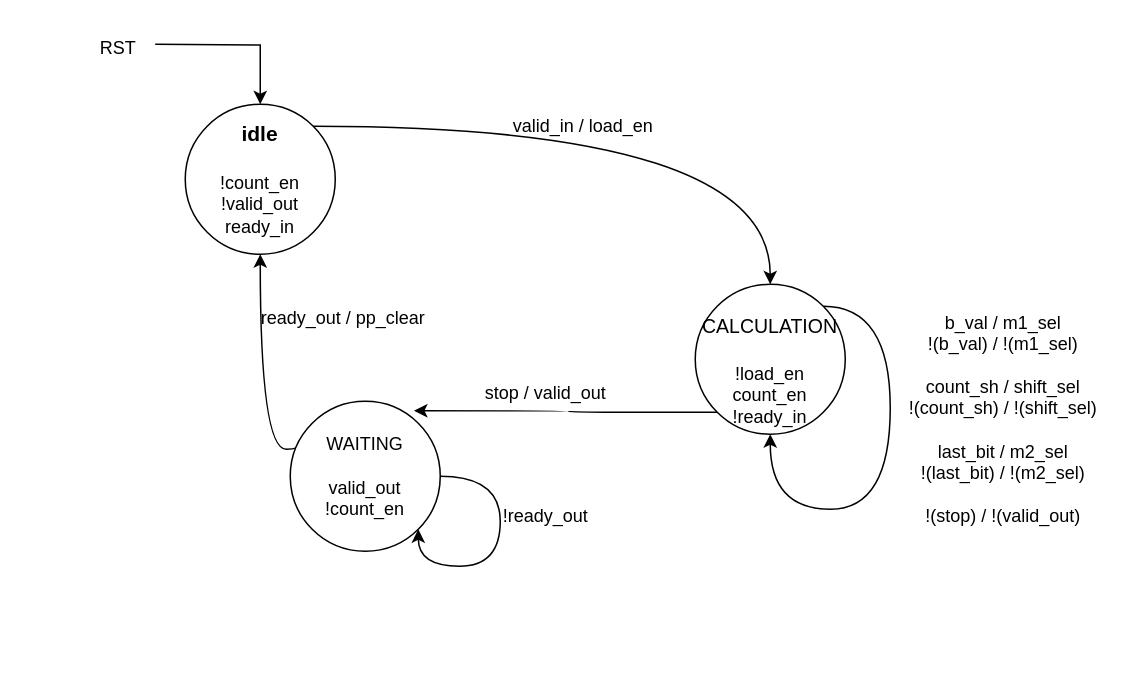
medsuet/Xcelerium-IC-Design-Training keeps this draw.io diagram as page "controller" (3 of 3) of Moazzam/doc/Seq_multiplier_val_rd.drawio. Above is the earlier version. Source tidied: cells renumbered, new cells numbered last; positions are measured from the earlier drawing's top-left corner, leaving out a move shared by most shapes. Both pictures are drawn from the tidied source at 150%, with x=0, y=0 at pixel (80, 26).
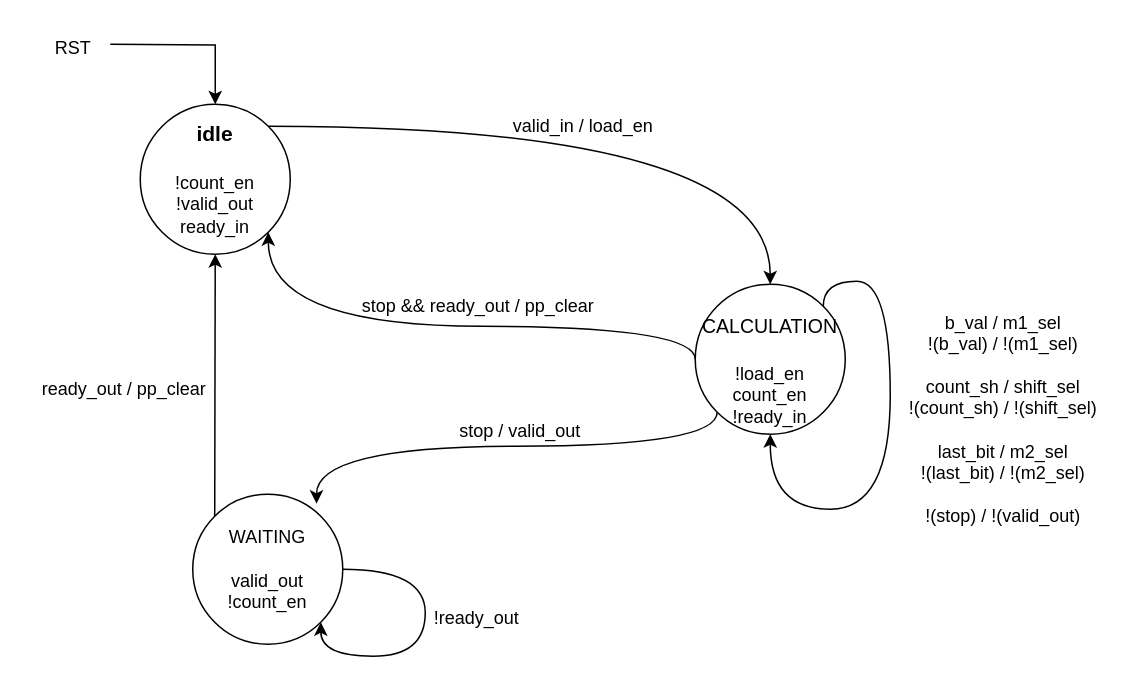
The same diagram, later.

Unchanged cells that the change refers to:
```xml
<mxCell id="6" value="&lt;div&gt;&lt;font style=&quot;font-size: 13px;&quot;&gt;&lt;br&gt;&lt;/font&gt;&lt;/div&gt;&lt;font style=&quot;font-size: 13px;&quot;&gt;CALCULATION&lt;/font&gt;&lt;br&gt;&lt;div&gt;&lt;font style=&quot;font-size: 14px;&quot;&gt;&lt;b&gt;&lt;br&gt;&lt;/b&gt;&lt;/font&gt;&lt;/div&gt;&lt;div style=&quot;&quot;&gt;&lt;font style=&quot;font-size: 12px;&quot;&gt;!load_en&lt;/font&gt;&lt;/div&gt;&lt;div style=&quot;&quot;&gt;&lt;font style=&quot;font-size: 12px;&quot;&gt;count_en&lt;br&gt;!ready_in&lt;/font&gt;&lt;/div&gt;" style="ellipse;whiteSpace=wrap;html=1;" parent="1" vertex="1">
  <mxGeometry x="410" y="172" width="100" height="100" as="geometry" />
</mxCell>
```

Change to the diagram source:
```diff
@@
     <mxCell id="3" style="edgeStyle=orthogonalEdgeStyle;rounded=0;jettySize=auto;html=1;exitX=0.5;exitY=0;exitDx=0;exitDy=0;entryX=0.5;entryY=0;entryDx=0;entryDy=0;" parent="1" edge="1" target="4">
       <mxGeometry relative="1" as="geometry">
-        <mxPoint x="50" y="12" as="sourcePoint" />
+        <mxPoint x="20" y="12" as="sourcePoint" />
       </mxGeometry>
     </mxCell>
     <mxCell id="4" value="&lt;span style=&quot;font-size: 14px;&quot;&gt;&lt;b&gt;idle&lt;/b&gt;&lt;/span&gt;&lt;br&gt;&lt;div&gt;&lt;font style=&quot;font-size: 14px;&quot;&gt;&lt;b&gt;&lt;br&gt;&lt;/b&gt;&lt;/font&gt;&lt;/div&gt;&lt;div style=&quot;&quot;&gt;&lt;font style=&quot;font-size: 12px;&quot;&gt;!count_en&lt;/font&gt;&lt;/div&gt;&lt;div style=&quot;&quot;&gt;&lt;font style=&quot;font-size: 12px;&quot;&gt;!valid_out&lt;/font&gt;&lt;/div&gt;&lt;div style=&quot;&quot;&gt;&lt;font style=&quot;font-size: 12px;&quot;&gt;ready_in&lt;/font&gt;&lt;/div&gt;" style="ellipse;whiteSpace=wrap;html=1;" parent="1" vertex="1">
-      <mxGeometry x="70" y="52" width="100" height="100" as="geometry" />
+      <mxGeometry x="40" y="52" width="100" height="100" as="geometry" />
     </mxCell>
     <mxCell id="5" style="edgeStyle=orthogonalEdgeStyle;rounded=0;jettySize=auto;html=1;exitX=0;exitY=1;exitDx=0;exitDy=0;entryX=0.825;entryY=0.063;entryDx=0;entryDy=0;curved=1;entryPerimeter=0;" parent="1" edge="1" source="6" target="13">
-      <mxGeometry relative="1" as="geometry" />
+      <mxGeometry relative="1" as="geometry">
+        <Array as="points">
+          <mxPoint x="425" y="280" />
+          <mxPoint x="158" y="280" />
+        </Array>
+      </mxGeometry>
     </mxCell>
+    <mxCell id="17" style="edgeStyle=orthogonalEdgeStyle;rounded=0;jettySize=auto;html=1;exitX=0;exitY=0.5;exitDx=0;exitDy=0;entryX=1;entryY=1;entryDx=0;entryDy=0;curved=1;" parent="1" edge="1" source="6" target="4">
+      <mxGeometry relative="1" as="geometry">
+        <Array as="points">
+          <mxPoint x="410" y="200" />
+          <mxPoint x="125" y="200" />
+        </Array>
+      </mxGeometry>
+    </mxCell>
@@
     <mxCell id="7" value="RST" style="text;html=1;align=center;verticalAlign=middle;strokeColor=none;fillColor=none;" parent="1" vertex="1">
-      <mxGeometry width="50" height="30" as="geometry" />
+      <mxGeometry x="-30" width="50" height="30" as="geometry" />
     </mxCell>
@@
     <mxCell id="9" style="edgeStyle=orthogonalEdgeStyle;rounded=0;orthogonalLoop=1;jettySize=auto;html=1;exitX=1;exitY=0;exitDx=0;exitDy=0;entryX=0.5;entryY=1;entryDx=0;entryDy=0;curved=1;" parent="1" edge="1" source="6" target="6">
       <mxGeometry relative="1" as="geometry">
         <Array as="points">
-          <mxPoint x="540" y="187" />
+          <mxPoint x="495" y="170" />
+          <mxPoint x="540" y="170" />
           <mxPoint x="540" y="322" />
           <mxPoint x="460" y="322" />
         </Array>
       </mxGeometry>
     </mxCell>
@@
     <mxCell id="11" value="stop / valid_out" style="text;html=1;align=center;verticalAlign=middle;strokeColor=none;fillColor=none;" parent="1" vertex="1">
-      <mxGeometry x="260" y="230" width="100" height="30" as="geometry" />
+      <mxGeometry x="243" y="255" width="100" height="30" as="geometry" />
     </mxCell>
     <mxCell id="12" style="edgeStyle=orthogonalEdgeStyle;rounded=0;jettySize=auto;html=1;exitX=0;exitY=0;exitDx=0;exitDy=0;entryX=0.5;entryY=1;entryDx=0;entryDy=0;curved=1;" parent="1" edge="1" source="13" target="4">
       <mxGeometry relative="1" as="geometry">
         <Array as="points">
-          <mxPoint x="120" y="282" />
+          <mxPoint x="90" y="282" />
         </Array>
       </mxGeometry>
     </mxCell>
     <mxCell id="13" value="&lt;div&gt;WAITING&lt;/div&gt;&lt;div&gt;&lt;br&gt;&lt;/div&gt;valid_out&lt;div&gt;!count_en&lt;/div&gt;" style="ellipse;whiteSpace=wrap;html=1;" parent="1" vertex="1">
-      <mxGeometry x="140" y="250" width="100" height="100" as="geometry" />
+      <mxGeometry x="75" y="312" width="100" height="100" as="geometry" />
     </mxCell>
     <mxCell id="14" style="edgeStyle=orthogonalEdgeStyle;rounded=0;orthogonalLoop=1;jettySize=auto;html=1;exitX=1;exitY=0.5;exitDx=0;exitDy=0;entryX=1;entryY=1;entryDx=0;entryDy=0;curved=1;" parent="1" edge="1" source="13" target="13">
       <mxGeometry relative="1" as="geometry">
         <Array as="points">
-          <mxPoint x="280" y="300" />
-          <mxPoint x="280" y="360" />
-          <mxPoint x="225" y="360" />
+          <mxPoint x="230" y="362" />
+          <mxPoint x="230" y="420" />
+          <mxPoint x="160" y="420" />
         </Array>
       </mxGeometry>
     </mxCell>
     <mxCell id="15" value="!ready_out" style="text;html=1;align=center;verticalAlign=middle;strokeColor=none;fillColor=none;" parent="1" vertex="1">
-      <mxGeometry x="270" y="312" width="80" height="30" as="geometry" />
+      <mxGeometry x="224" y="380" width="80" height="30" as="geometry" />
     </mxCell>
-    <mxCell id="16" value="ready_out / pp_clear" style="text;html=1;align=center;verticalAlign=middle;strokeColor=none;fillColor=none;" parent="1" vertex="1">
-      <mxGeometry x="110" y="180" width="130" height="30" as="geometry" />
+    <mxCell id="16" value="stop &amp;amp;&amp;amp; ready_out / pp_clear" style="text;html=1;align=center;verticalAlign=middle;strokeColor=none;fillColor=none;rotation=0;" parent="1" vertex="1">
+      <mxGeometry x="175" y="172" width="180" height="30" as="geometry" />
     </mxCell>
+    <mxCell id="18" value="ready_out / pp_clear" style="text;html=1;align=center;verticalAlign=middle;strokeColor=none;fillColor=none;" parent="1" vertex="1">
+      <mxGeometry x="-36" y="227" width="130" height="30" as="geometry" />
+    </mxCell>
```
